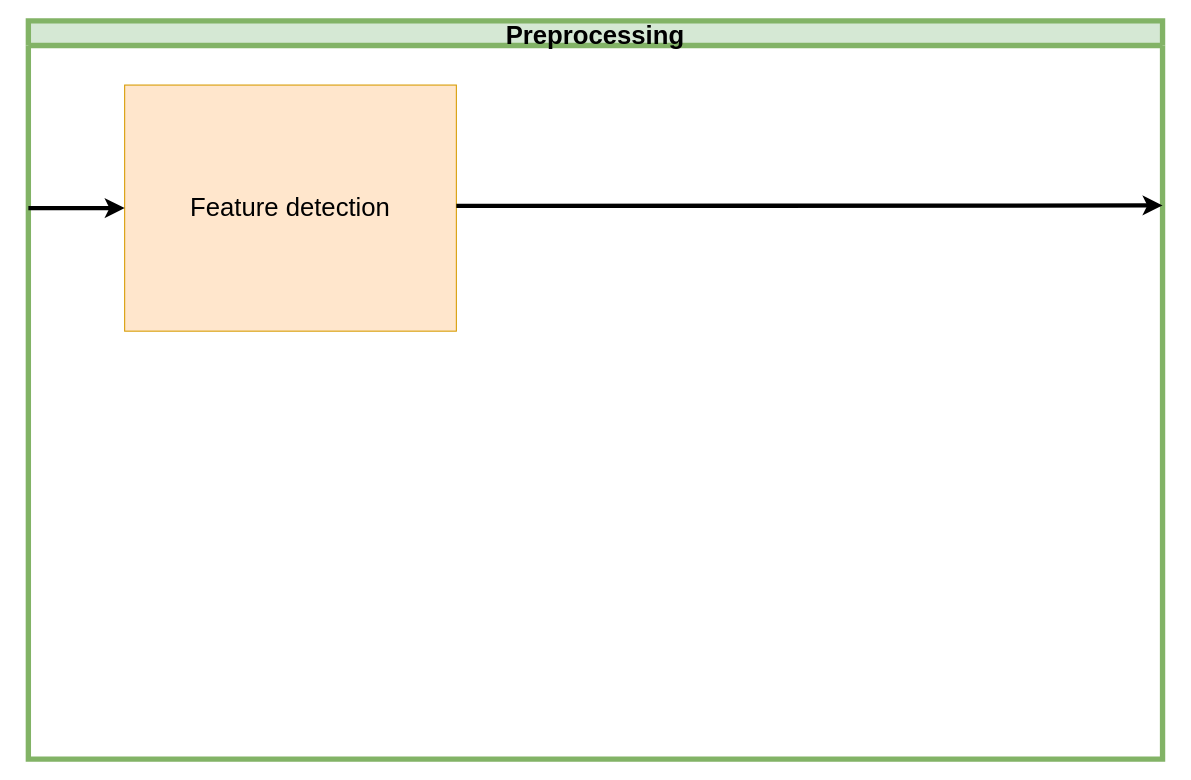
The draw.io diagram page "Preprocessing" (4 of 5) of TestNav.drawio in ipa-dmo/ipa_outdoor_docu, before the edit. Source tidied: cells renumbered, new cells numbered last; positions are measured from the earlier drawing's top-left corner, leaving out a move shared by most shapes. Both pictures are drawn from the tidied source at 107%, with x=0, y=0 at pixel (28, 20).
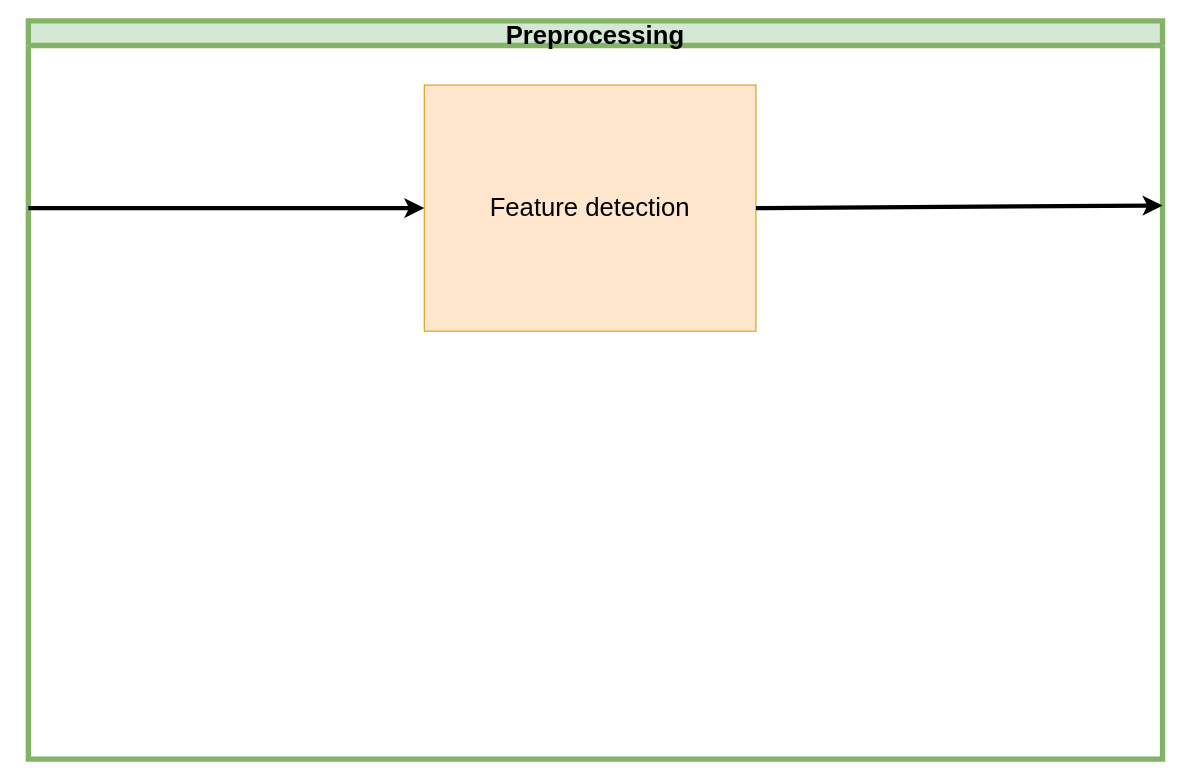
After the change.

The edit, as a diff of the source:
```diff
@@
 <mxGraphModel>
   <root>
     <mxCell id="0" />
     <mxCell id="1" parent="0" />
     <mxCell id="2" value="Preprocessing" style="swimlane;fillColor=#d5e8d4;strokeColor=#82b366;fontSize=24;strokeWidth=5;startSize=23;" parent="1" vertex="1">
       <mxGeometry width="1060" height="690" as="geometry" />
     </mxCell>
     <mxCell id="3" value="&lt;font style=&quot;font-size: 24px&quot;&gt;Feature detection&lt;/font&gt;" style="whiteSpace=wrap;html=1;fillColor=#ffe6cc;strokeColor=#d79b00;" parent="2" vertex="1">
-      <mxGeometry x="90" y="60" width="310" height="230" as="geometry" />
+      <mxGeometry x="370" y="60" width="310" height="230" as="geometry" />
     </mxCell>
     <mxCell id="4" style="endArrow=classic;html=1;entryX=0;entryY=0.5;entryDx=0;entryDy=0;strokeWidth=4;" parent="2" edge="1" target="3">
       <mxGeometry relative="1" as="geometry">
         <mxPoint y="175" as="sourcePoint" />
       </mxGeometry>
     </mxCell>
-    <mxCell id="5" style="edgeStyle=orthogonalEdgeStyle;rounded=0;jettySize=auto;html=0;verticalAlign=top;strokeWidth=4;entryX=1;entryY=0.25;entryDx=0;entryDy=0;" parent="2" edge="1" target="2">
-      <mxGeometry relative="1" as="geometry">
-        <mxPoint x="420" y="173" as="sourcePoint" />
-        <Array as="points">
-          <mxPoint x="400" y="173" />
-          <mxPoint x="420" y="173" />
-        </Array>
-      </mxGeometry>
-    </mxCell>
+    <mxCell id="6" style="endArrow=classic;html=1;entryX=1;entryY=0.25;entryDx=0;entryDy=0;strokeWidth=4;exitX=1;exitY=0.5;exitDx=0;exitDy=0;" parent="2" edge="1" source="3" target="2">
+      <mxGeometry relative="1" as="geometry" />
+    </mxCell>
   </root>
 </mxGraphModel>
```
